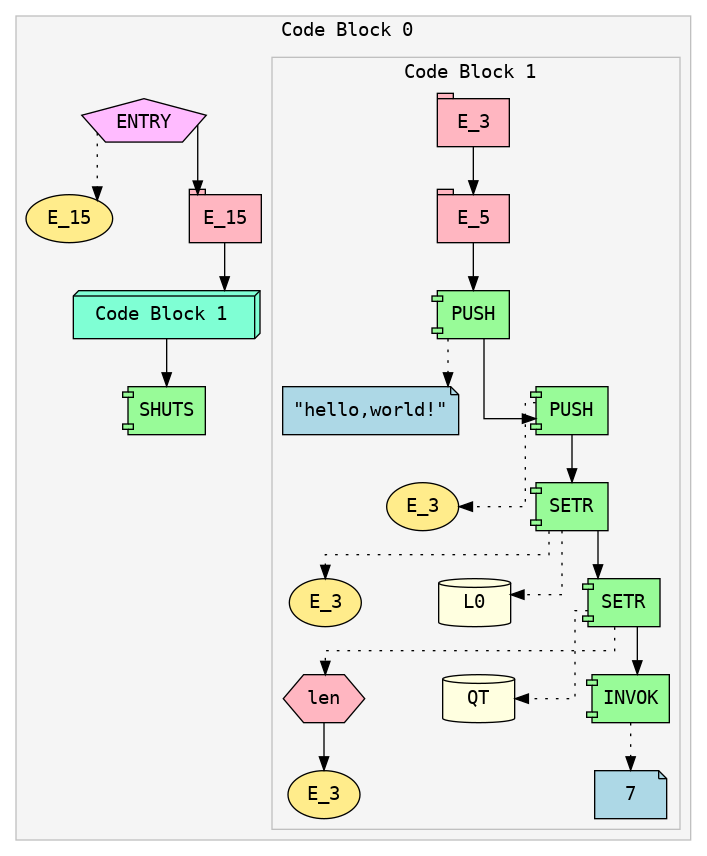
Before: ir.png, a diagram exported from Graphviz (Soham-Metha/IICT_Segfault_2025). Its source is kept beside it as ir.dot.
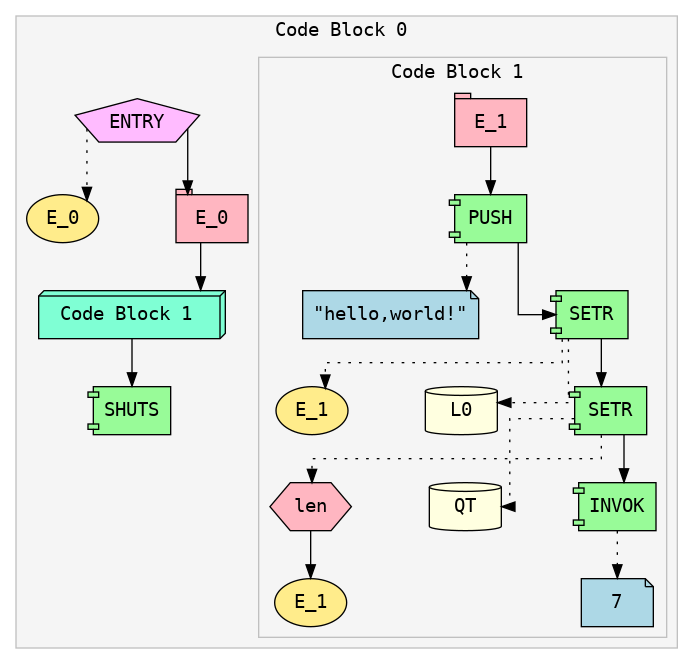
Above is the later version.

Change to the diagram source:
```diff
@@ -9,9 +9,9 @@
 fillcolor=whitesmoke;
 fontname="Courier";
 Expr_1 [shape=pentagon style=filled fillcolor=plum1 fontname="Courier" label="ENTRY"]
-Expr_2 [shape=ellipse style=filled fillcolor=lightgoldenrod1 fontname="Courier" label="E_15"]
+Expr_2 [shape=ellipse style=filled fillcolor=lightgoldenrod1 fontname="Courier" label="E_0"]
 Expr_1 -> Expr_2 [style=dotted]
-Expr_3 [shape=tab style=filled fillcolor=lightpink fontname="Courier" label="E_15"]
+Expr_3 [shape=tab style=filled fillcolor=lightpink fontname="Courier" label="E_0"]
 Expr_1 -> Expr_3;
 subgraph cluster_4 {
 label="Code Block 1 ";
@@ -19,39 +19,33 @@
 color=gray;
 fillcolor=whitesmoke;
 fontname="Courier";
-Expr_5 [shape=tab style=filled fillcolor=lightpink fontname="Courier" label="E_3"]
-Expr_6 [shape=tab style=filled fillcolor=lightpink fontname="Courier" label="E_5"]
+Expr_5 [shape=tab style=filled fillcolor=lightpink fontname="Courier" label="E_1"]
+Expr_6 [shape=component style=filled fillcolor=palegreen fontname="Courier" label="PUSH"]
+Expr_7 [shape=note style=filled fillcolor=lightblue fontname="Courier" label="\"hello,world!\""]
+Expr_6 -> Expr_7 [style=dotted]
 Expr_5 -> Expr_6;
-Expr_7 [shape=component style=filled fillcolor=palegreen fontname="Courier" label="PUSH"]
-Expr_8 [shape=note style=filled fillcolor=lightblue fontname="Courier" label="\"hello,world!\""]
-Expr_7 -> Expr_8 [style=dotted]
-Expr_6 -> Expr_7;
-Expr_9 [shape=component style=filled fillcolor=palegreen fontname="Courier" label="PUSH"]
-Expr_10 [shape=ellipse style=filled fillcolor=lightgoldenrod1 fontname="Courier" label="E_3"]
-Expr_9 -> Expr_10 [style=dotted]
-Expr_7 -> Expr_9;
+Expr_8 [shape=component style=filled fillcolor=palegreen fontname="Courier" label="SETR"]
+Expr_9 [shape=ellipse style=filled fillcolor=lightgoldenrod1 fontname="Courier" label="E_1"]
+Expr_8 -> Expr_9 [style=dotted]
+Expr_10 [shape=cylinder style=filled fillcolor=lightyellow fontname="Courier" label="L0"]
+Expr_8 -> Expr_10 [style=dotted]
+Expr_6 -> Expr_8;
 Expr_11 [shape=component style=filled fillcolor=palegreen fontname="Courier" label="SETR"]
-Expr_12 [shape=ellipse style=filled fillcolor=lightgoldenrod1 fontname="Courier" label="E_3"]
+Expr_12 [shape=hexagon style=filled fillcolor=lightpink fontname="Courier" label="len"]
+Expr_13 [shape=ellipse style=filled fillcolor=lightgoldenrod1 fontname="Courier" label="E_1"]
+Expr_12 -> Expr_13
 Expr_11 -> Expr_12 [style=dotted]
-Expr_13 [shape=cylinder style=filled fillcolor=lightyellow fontname="Courier" label="L0"]
-Expr_11 -> Expr_13 [style=dotted]
-Expr_9 -> Expr_11;
-Expr_14 [shape=component style=filled fillcolor=palegreen fontname="Courier" label="SETR"]
-Expr_15 [shape=hexagon style=filled fillcolor=lightpink fontname="Courier" label="len"]
-Expr_16 [shape=ellipse style=filled fillcolor=lightgoldenrod1 fontname="Courier" label="E_3"]
-Expr_15 -> Expr_16
-Expr_14 -> Expr_15 [style=dotted]
-Expr_17 [shape=cylinder style=filled fillcolor=lightyellow fontname="Courier" label="QT"]
-Expr_14 -> Expr_17 [style=dotted]
-Expr_11 -> Expr_14;
-Expr_18 [shape=component style=filled fillcolor=palegreen fontname="Courier" label="INVOK"]
-Expr_19 [shape=note style=filled fillcolor=lightblue fontname="Courier" label="7"]
-Expr_18 -> Expr_19 [style=dotted]
-Expr_14 -> Expr_18;
+Expr_14 [shape=cylinder style=filled fillcolor=lightyellow fontname="Courier" label="QT"]
+Expr_11 -> Expr_14 [style=dotted]
+Expr_8 -> Expr_11;
+Expr_15 [shape=component style=filled fillcolor=palegreen fontname="Courier" label="INVOK"]
+Expr_16 [shape=note style=filled fillcolor=lightblue fontname="Courier" label="7"]
+Expr_15 -> Expr_16 [style=dotted]
+Expr_11 -> Expr_15;
 }
 Expr_4 [shape=box3d style=filled fillcolor=aquamarine fontname="Courier" label=" Code Block 1  "]
 Expr_3 -> Expr_4;
-Expr_20 [shape=component style=filled fillcolor=palegreen fontname="Courier" label="SHUTS"]
-Expr_4 -> Expr_20;
+Expr_17 [shape=component style=filled fillcolor=palegreen fontname="Courier" label="SHUTS"]
+Expr_4 -> Expr_17;
 }
 }
```
